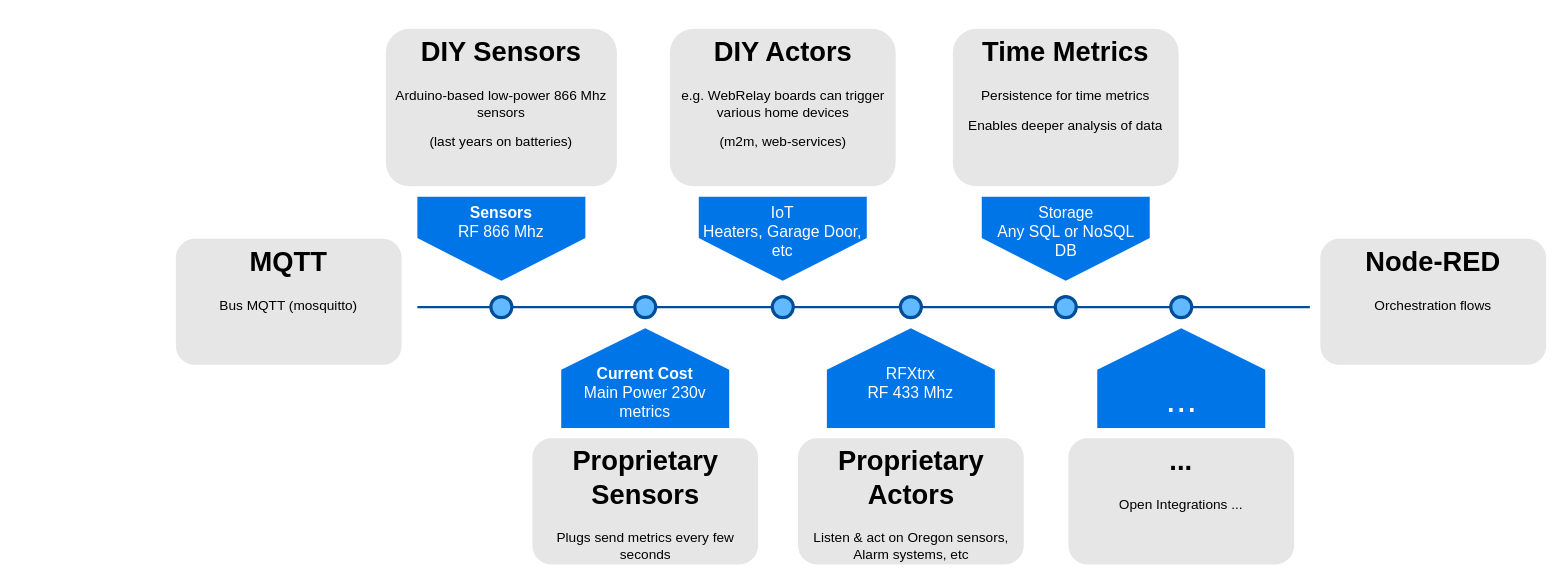
The draw.io diagram res/architecture-bus.drawio in kalemena/ti-dhome, before the edit. Source tidied: cells renumbered, new cells numbered last; positions are measured from the earlier drawing's top-left corner, leaving out a move shared by most shapes. Both pictures are drawn from the tidied source at 105%, with x=0, y=0 at pixel (175, 28).
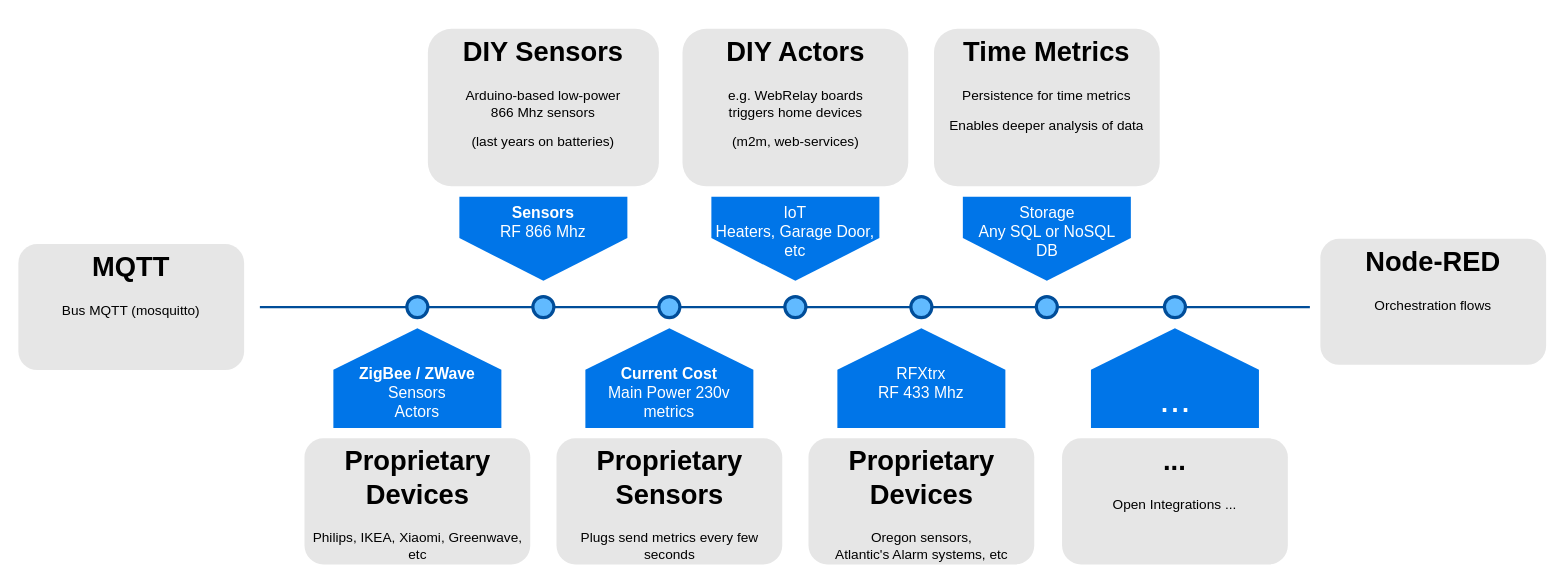
After the change.

Diff of the diagram source:
```diff
@@
     <mxCell id="2" style="line;strokeWidth=2;html=1;fillColor=none;fontSize=28;fontColor=#004D99;strokeColor=#004D99;horizontal=0;shadow=0;" parent="1" vertex="1">
-      <mxGeometry x="230" y="260" width="850" height="10" as="geometry" />
+      <mxGeometry x="80" y="260" width="1000" height="10" as="geometry" />
     </mxCell>
     <mxCell id="3" value="&lt;div&gt;&lt;b&gt;Sensors&lt;/b&gt;&lt;/div&gt;&lt;div&gt;RF 866 Mhz&lt;/div&gt;" style="shape=offPageConnector;whiteSpace=wrap;html=1;fillColor=#0075E8;fontSize=15;fontColor=#FFFFFF;size=0.5093750000000015;verticalAlign=top;strokeColor=none;" parent="1" vertex="1">
-      <mxGeometry x="230" y="160" width="160" height="80" as="geometry" />
+      <mxGeometry x="270" y="160" width="160" height="80" as="geometry" />
     </mxCell>
     <mxCell id="4" value="&lt;div&gt;IoT&lt;/div&gt;&lt;div&gt;Heaters, Garage Door, etc&lt;/div&gt;" style="shape=offPageConnector;whiteSpace=wrap;html=1;fillColor=#0075E8;fontSize=15;fontColor=#FFFFFF;size=0.5093750000000015;verticalAlign=top;strokeColor=none;" parent="1" vertex="1">
-      <mxGeometry x="498" y="160" width="160" height="80" as="geometry" />
+      <mxGeometry x="510" y="160" width="160" height="80" as="geometry" />
     </mxCell>
     <mxCell id="5" value="&lt;div&gt;&lt;b&gt;Current Cost&lt;/b&gt;&lt;/div&gt;&lt;div&gt;Main Power 230v metrics&lt;br&gt;&lt;/div&gt;" style="shape=offPageConnector;whiteSpace=wrap;html=1;fillColor=#0075E8;fontSize=15;fontColor=#FFFFFF;size=0.4178571428571445;flipV=1;verticalAlign=bottom;strokeColor=none;spacingBottom=4;" parent="1" vertex="1">
-      <mxGeometry x="367" y="285" width="160" height="95" as="geometry" />
+      <mxGeometry x="390" y="285" width="160" height="95" as="geometry" />
     </mxCell>
     <mxCell id="6" value="&lt;div&gt;&lt;br&gt;&lt;div&gt;RFXtrx&lt;/div&gt;&lt;div&gt;RF 433 Mhz&lt;/div&gt;&lt;div&gt;&lt;br&gt;&lt;/div&gt;&lt;/div&gt;" style="shape=offPageConnector;whiteSpace=wrap;html=1;fillColor=#0075E8;fontSize=15;fontColor=#FFFFFF;size=0.4178571428571445;flipV=1;verticalAlign=bottom;strokeColor=none;spacingBottom=4;" parent="1" vertex="1">
-      <mxGeometry x="620" y="285" width="160" height="95" as="geometry" />
+      <mxGeometry x="630" y="285" width="160" height="95" as="geometry" />
     </mxCell>
     <mxCell id="7" style="ellipse;whiteSpace=wrap;html=1;fillColor=#61BAFF;fontSize=28;fontColor=#004D99;strokeWidth=3;strokeColor=#004D99;" parent="1" vertex="1">
-      <mxGeometry x="300" y="255" width="20" height="20" as="geometry" />
+      <mxGeometry x="340" y="255" width="20" height="20" as="geometry" />
     </mxCell>
     <mxCell id="8" style="ellipse;whiteSpace=wrap;html=1;fillColor=#61BAFF;fontSize=28;fontColor=#004D99;strokeWidth=3;strokeColor=#004D99;" parent="1" vertex="1">
-      <mxGeometry x="437" y="255" width="20" height="20" as="geometry" />
+      <mxGeometry x="460" y="255" width="20" height="20" as="geometry" />
     </mxCell>
     <mxCell id="9" style="ellipse;whiteSpace=wrap;html=1;fillColor=#61BAFF;fontSize=28;fontColor=#004D99;strokeWidth=3;strokeColor=#004D99;" parent="1" vertex="1">
-      <mxGeometry x="568" y="255" width="20" height="20" as="geometry" />
+      <mxGeometry x="580" y="255" width="20" height="20" as="geometry" />
     </mxCell>
     <mxCell id="10" style="ellipse;whiteSpace=wrap;html=1;fillColor=#61BAFF;fontSize=28;fontColor=#004D99;strokeWidth=3;strokeColor=#004D99;" parent="1" vertex="1">
-      <mxGeometry x="690" y="255" width="20" height="20" as="geometry" />
+      <mxGeometry x="700" y="255" width="20" height="20" as="geometry" />
     </mxCell>
-    <mxCell id="11" value="&lt;h1&gt;DIY Sensors&lt;/h1&gt;&lt;p&gt;Arduino-based low-power 866 Mhz sensors&lt;/p&gt;&lt;p&gt;(last years on batteries)&lt;br&gt;&lt;/p&gt;" style="text;html=1;spacing=5;spacingTop=-20;whiteSpace=wrap;overflow=hidden;strokeColor=none;strokeWidth=3;fillColor=#E6E6E6;fontSize=13;fontColor=#000000;align=center;rounded=1;" parent="1" vertex="1">
-      <mxGeometry x="200" width="220" height="150" as="geometry" />
+    <mxCell id="11" value="&lt;h1&gt;DIY Sensors&lt;/h1&gt;&lt;p&gt;Arduino-based low-power&lt;br&gt;866 Mhz sensors&lt;/p&gt;&lt;p&gt;(last years on batteries)&lt;br&gt;&lt;/p&gt;" style="text;html=1;spacing=5;spacingTop=-20;whiteSpace=wrap;overflow=hidden;strokeColor=none;strokeWidth=3;fillColor=#E6E6E6;fontSize=13;fontColor=#000000;align=center;rounded=1;" parent="1" vertex="1">
+      <mxGeometry x="240" width="220" height="150" as="geometry" />
     </mxCell>
     <mxCell id="12" value="&lt;h1&gt;Proprietary Sensors&lt;br&gt;&lt;/h1&gt;&lt;p&gt;Plugs send metrics every few seconds &lt;br&gt;&lt;/p&gt;" style="text;html=1;spacing=5;spacingTop=-20;whiteSpace=wrap;overflow=hidden;strokeColor=none;strokeWidth=3;fillColor=#E6E6E6;fontSize=13;fontColor=#000000;align=center;rounded=1;" parent="1" vertex="1">
-      <mxGeometry x="339.5" y="390" width="215" height="120" as="geometry" />
+      <mxGeometry x="362.5" y="390" width="215" height="120" as="geometry" />
     </mxCell>
-    <mxCell id="13" value="&lt;h1&gt;DIY Actors&lt;br&gt;&lt;/h1&gt;&lt;p&gt;e.g. WebRelay boards can trigger various home devices&lt;/p&gt;&lt;p&gt;(m2m, web-services)&lt;br&gt;&lt;/p&gt;" style="text;html=1;spacing=5;spacingTop=-20;whiteSpace=wrap;overflow=hidden;strokeColor=none;strokeWidth=3;fillColor=#E6E6E6;fontSize=13;fontColor=#000000;align=center;rounded=1;" parent="1" vertex="1">
-      <mxGeometry x="470.5" width="215" height="150" as="geometry" />
+    <mxCell id="13" value="&lt;h1&gt;DIY Actors&lt;br&gt;&lt;/h1&gt;&lt;p&gt;e.g. WebRelay boards&lt;br&gt;triggers home devices&lt;/p&gt;&lt;p&gt;(m2m, web-services)&lt;br&gt;&lt;/p&gt;" style="text;html=1;spacing=5;spacingTop=-20;whiteSpace=wrap;overflow=hidden;strokeColor=none;strokeWidth=3;fillColor=#E6E6E6;fontSize=13;fontColor=#000000;align=center;rounded=1;" parent="1" vertex="1">
+      <mxGeometry x="482.5" width="215" height="150" as="geometry" />
     </mxCell>
-    <mxCell id="14" value="&lt;h1&gt;Proprietary Actors&lt;/h1&gt;&lt;p&gt;Listen &amp;amp; act on Oregon sensors, Alarm systems, etc&lt;br&gt;&lt;/p&gt;" style="text;html=1;spacing=5;spacingTop=-20;whiteSpace=wrap;overflow=hidden;strokeColor=none;strokeWidth=3;fillColor=#E6E6E6;fontSize=13;fontColor=#000000;align=center;rounded=1;" parent="1" vertex="1">
-      <mxGeometry x="592.5" y="390" width="215" height="120" as="geometry" />
+    <mxCell id="14" value="&lt;h1&gt;Proprietary Devices&lt;/h1&gt;&lt;p&gt;Oregon sensors, &lt;br&gt;Atlantic's Alarm systems, etc&lt;br&gt;&lt;/p&gt;" style="text;html=1;spacing=5;spacingTop=-20;whiteSpace=wrap;overflow=hidden;strokeColor=none;strokeWidth=3;fillColor=#E6E6E6;fontSize=13;fontColor=#000000;align=center;rounded=1;" parent="1" vertex="1">
+      <mxGeometry x="602.5" y="390" width="215" height="120" as="geometry" />
     </mxCell>
-    <mxCell id="15" value="&lt;h1&gt;MQTT&lt;/h1&gt;&lt;p&gt;Bus MQTT (mosquitto)&lt;br&gt;&lt;/p&gt;" style="text;html=1;spacing=5;spacingTop=-20;whiteSpace=wrap;overflow=hidden;strokeColor=none;strokeWidth=3;fillColor=#E6E6E6;fontSize=13;fontColor=#000000;align=center;rounded=1;" parent="1" vertex="1">
-      <mxGeometry y="200" width="215" height="120" as="geometry" />
+    <mxCell id="15" value="&lt;h1&gt;MQTT&lt;br&gt;&lt;/h1&gt;&lt;p&gt;Bus MQTT (mosquitto)&lt;br&gt;&lt;/p&gt;" style="text;html=1;spacing=5;spacingTop=-20;whiteSpace=wrap;overflow=hidden;strokeColor=none;strokeWidth=3;fillColor=#E6E6E6;fontSize=13;fontColor=#000000;align=center;rounded=1;" parent="1" vertex="1">
+      <mxGeometry x="-150" y="205" width="215" height="120" as="geometry" />
     </mxCell>
@@
     <mxCell id="17" value="&lt;div&gt;Storage&lt;/div&gt;&lt;div&gt;Any SQL or NoSQL&lt;/div&gt;&lt;div&gt;DB&lt;br&gt;&lt;/div&gt;" style="shape=offPageConnector;whiteSpace=wrap;html=1;fillColor=#0075E8;fontSize=15;fontColor=#FFFFFF;size=0.5093750000000015;verticalAlign=top;strokeColor=none;" parent="1" vertex="1">
-      <mxGeometry x="767.5" y="160" width="160" height="80" as="geometry" />
+      <mxGeometry x="749.5" y="160" width="160" height="80" as="geometry" />
     </mxCell>
     <mxCell id="18" style="ellipse;whiteSpace=wrap;html=1;fillColor=#61BAFF;fontSize=28;fontColor=#004D99;strokeWidth=3;strokeColor=#004D99;" parent="1" vertex="1">
-      <mxGeometry x="837.5" y="255" width="20" height="20" as="geometry" />
+      <mxGeometry x="819.5" y="255" width="20" height="20" as="geometry" />
     </mxCell>
     <mxCell id="19" value="&lt;h1&gt;Time Metrics&lt;br&gt;&lt;/h1&gt;&lt;p&gt;Persistence for time metrics&lt;/p&gt;&lt;p&gt;Enables deeper analysis of data&lt;br&gt;&lt;/p&gt;" style="text;html=1;spacing=5;spacingTop=-20;whiteSpace=wrap;overflow=hidden;strokeColor=none;strokeWidth=3;fillColor=#E6E6E6;fontSize=13;fontColor=#000000;align=center;rounded=1;" parent="1" vertex="1">
-      <mxGeometry x="740" width="215" height="150" as="geometry" />
+      <mxGeometry x="722" width="215" height="150" as="geometry" />
     </mxCell>
     <mxCell id="20" value="&lt;font style=&quot;font-size: 36px&quot;&gt;...&lt;/font&gt;" style="shape=offPageConnector;whiteSpace=wrap;html=1;fillColor=#0075E8;fontSize=15;fontColor=#FFFFFF;size=0.4178571428571445;flipV=1;verticalAlign=bottom;strokeColor=none;spacingBottom=4;" parent="1" vertex="1">
-      <mxGeometry x="877.5" y="285" width="160" height="95" as="geometry" />
+      <mxGeometry x="871.5" y="285" width="160" height="95" as="geometry" />
     </mxCell>
     <mxCell id="21" value="&lt;h1&gt;...&lt;/h1&gt;&lt;p&gt;Open Integrations ...&lt;br&gt;&lt;/p&gt;" style="text;html=1;spacing=5;spacingTop=-20;whiteSpace=wrap;overflow=hidden;strokeColor=none;strokeWidth=3;fillColor=#E6E6E6;fontSize=13;fontColor=#000000;align=center;rounded=1;" parent="1" vertex="1">
-      <mxGeometry x="850" y="390" width="215" height="120" as="geometry" />
+      <mxGeometry x="844" y="390" width="215" height="120" as="geometry" />
     </mxCell>
     <mxCell id="22" style="ellipse;whiteSpace=wrap;html=1;fillColor=#61BAFF;fontSize=28;fontColor=#004D99;strokeWidth=3;strokeColor=#004D99;" parent="1" vertex="1">
-      <mxGeometry x="947.5" y="255" width="20" height="20" as="geometry" />
+      <mxGeometry x="941.5" y="255" width="20" height="20" as="geometry" />
     </mxCell>
+    <mxCell id="23" style="ellipse;whiteSpace=wrap;html=1;fillColor=#61BAFF;fontSize=28;fontColor=#004D99;strokeWidth=3;strokeColor=#004D99;" parent="1" vertex="1">
+      <mxGeometry x="220" y="255" width="20" height="20" as="geometry" />
+    </mxCell>
+    <mxCell id="24" value="&lt;div&gt;&lt;b&gt;ZigBee / ZWave&lt;/b&gt;&lt;/div&gt;&lt;div&gt;Sensors&lt;br&gt;Actors&lt;br&gt;&lt;/div&gt;" style="shape=offPageConnector;whiteSpace=wrap;html=1;fillColor=#0075E8;fontSize=15;fontColor=#FFFFFF;size=0.4178571428571445;flipV=1;verticalAlign=bottom;strokeColor=none;spacingBottom=4;" parent="1" vertex="1">
+      <mxGeometry x="150" y="285" width="160" height="95" as="geometry" />
+    </mxCell>
+    <mxCell id="25" value="&lt;h1&gt;Proprietary Devices&lt;br&gt;&lt;/h1&gt;&lt;p&gt;Philips, IKEA, Xiaomi, Greenwave, etc &lt;br&gt;&lt;/p&gt;" style="text;html=1;spacing=5;spacingTop=-20;whiteSpace=wrap;overflow=hidden;strokeColor=none;strokeWidth=3;fillColor=#E6E6E6;fontSize=13;fontColor=#000000;align=center;rounded=1;" parent="1" vertex="1">
+      <mxGeometry x="122.5" y="390" width="215" height="120" as="geometry" />
+    </mxCell>
```
